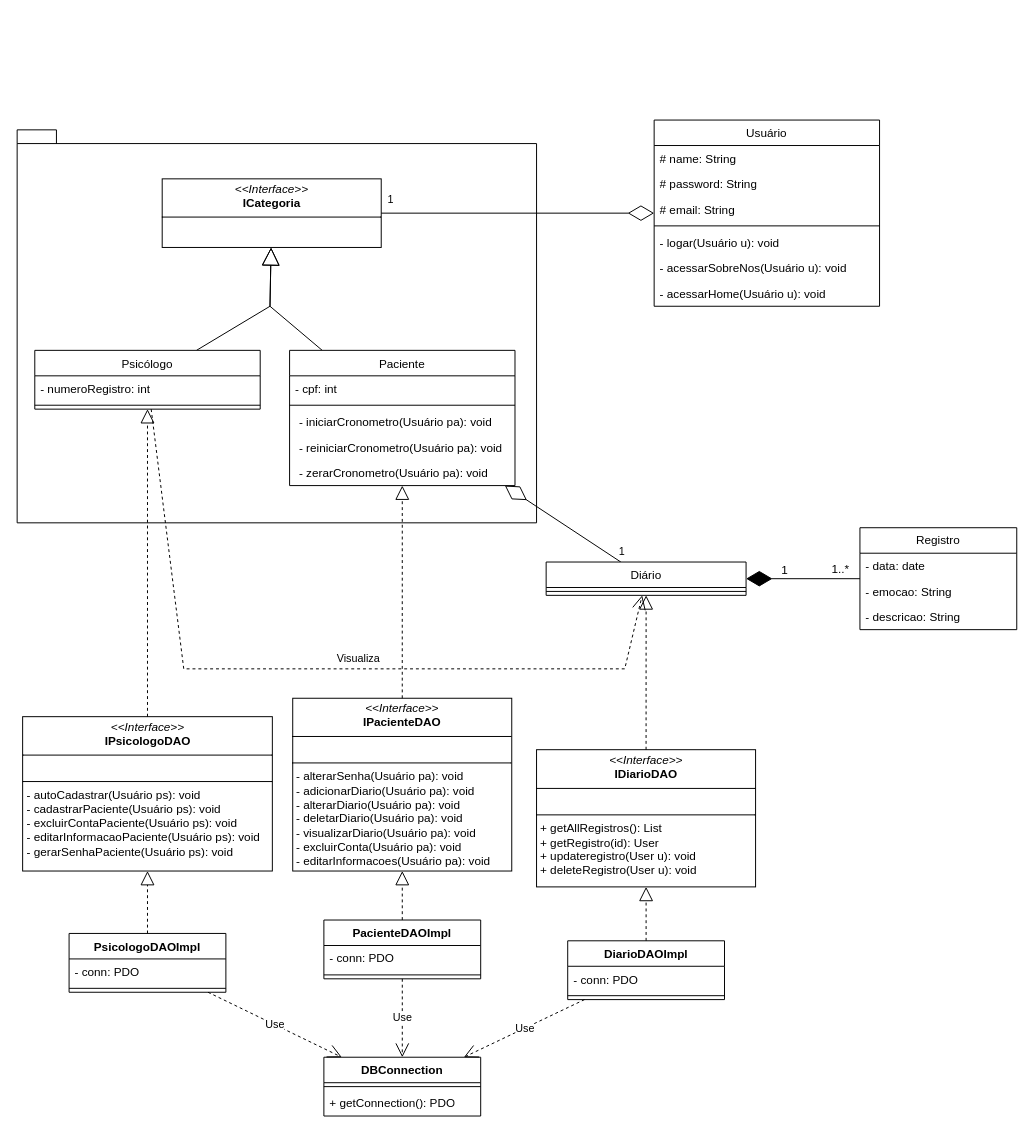
The draw.io diagram InterfaceMyPeace.drawio in RebecaVieiraM/Diagramas, before the edit. Source tidied: cells renumbered, new cells numbered last; positions are measured from the earlier drawing's top-left corner, leaving out a move shared by most shapes. Both pictures are drawn from the tidied source at 98%, with x=0, y=0 at pixel (17, 120).
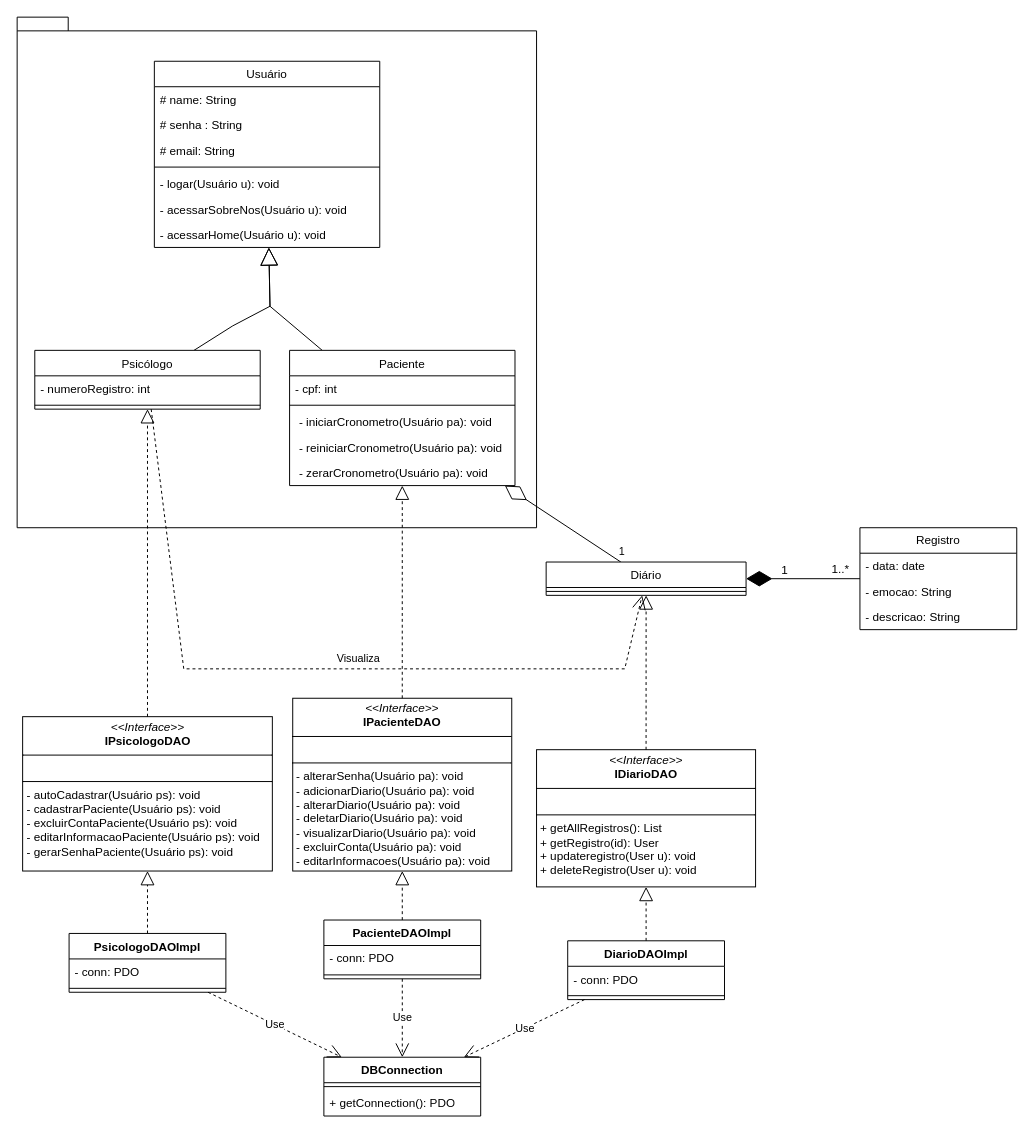
Above is the later version.

The change refers to these unchanged cells:
```xml
<mxCell id="22" value="&lt;span style=&quot;font-weight: 400;&quot;&gt;Psicólogo&lt;/span&gt;" style="swimlane;fontStyle=1;align=center;verticalAlign=top;horizontal=1;startSize=26;whiteSpace=wrap;html=1;" parent="1" vertex="1">
  <mxGeometry x="18" y="235" width="230" height="60" as="geometry" />
</mxCell>
<mxCell id="25" value="&lt;span style=&quot;font-weight: 400;&quot;&gt;Paciente&lt;/span&gt;" style="swimlane;fontStyle=1;align=center;verticalAlign=top;horizontal=1;startSize=26;whiteSpace=wrap;html=1;" parent="1" vertex="1">
  <mxGeometry x="278" y="235" width="230" height="138" as="geometry" />
</mxCell>
```

Diff of the diagram source:
```diff
@@
     <mxCell id="2" style="shape=folder;fontStyle=1;spacingTop=10;tabWidth=40;tabHeight=14;tabPosition=left;html=1;whiteSpace=wrap;" parent="1" vertex="1">
-      <mxGeometry y="10" width="530" height="401" as="geometry" />
+      <mxGeometry y="-105" width="530" height="521" as="geometry" />
     </mxCell>
-    <mxCell id="3" style="endArrow=block;endSize=16;endFill=0;html=1;rounded=0;" parent="1" edge="1" source="22" target="57">
+    <mxCell id="3" style="endArrow=block;endSize=16;endFill=0;html=1;rounded=0;" parent="1" edge="1" source="22" target="11">
       <mxGeometry relative="1" as="geometry">
         <Array as="points">
+          <mxPoint x="220" y="210" />
           <mxPoint x="258" y="190" />
         </Array>
       </mxGeometry>
     </mxCell>
-    <mxCell id="4" style="endArrow=block;endSize=16;endFill=0;html=1;rounded=0;" parent="1" edge="1" source="25" target="57">
+    <mxCell id="4" style="endArrow=block;endSize=16;endFill=0;html=1;rounded=0;" parent="1" edge="1" source="25" target="11">
       <mxGeometry relative="1" as="geometry">
         <Array as="points">
           <mxPoint x="258" y="190" />
         </Array>
       </mxGeometry>
     </mxCell>
@@
     <mxCell id="11" value="&lt;span style=&quot;font-weight: 400;&quot;&gt;Usuário&lt;/span&gt;" style="swimlane;fontStyle=1;align=center;verticalAlign=top;horizontal=1;startSize=26;whiteSpace=wrap;html=1;" parent="1" vertex="1">
-      <mxGeometry x="650" width="230" height="190" as="geometry" />
+      <mxGeometry x="140" y="-60" width="230" height="190" as="geometry" />
     </mxCell>
@@
-    <mxCell id="13" value="# password&lt;span style=&quot;background-color: initial;&quot;&gt;: String&lt;/span&gt;" style="text;strokeColor=none;fillColor=none;align=left;verticalAlign=top;spacingLeft=4;spacingRight=4;overflow=hidden;whiteSpace=wrap;html=1;" parent="11" vertex="1">
+    <mxCell id="13" value="# senha &lt;span style=&quot;background-color: initial;&quot;&gt;: String&lt;/span&gt;" style="text;strokeColor=none;fillColor=none;align=left;verticalAlign=top;spacingLeft=4;spacingRight=4;overflow=hidden;whiteSpace=wrap;html=1;" parent="11" vertex="1">
       <mxGeometry y="52" width="230" height="26" as="geometry" />
     </mxCell>
@@
-    <mxCell id="57" value="&lt;p style=&quot;margin:0px;margin-top:4px;text-align:center;&quot;&gt;&lt;i&gt;&amp;lt;&amp;lt;Interface&amp;gt;&amp;gt;&lt;/i&gt;&lt;br&gt;&lt;b&gt;ICategoria&lt;/b&gt;&lt;/p&gt;&lt;hr size=&quot;1&quot; style=&quot;border-style:solid;&quot;&gt;&lt;p style=&quot;margin:0px;margin-left:4px;&quot;&gt;&lt;br&gt;&lt;/p&gt;" style="verticalAlign=top;align=left;overflow=fill;html=1;whiteSpace=wrap;" parent="1" vertex="1">
-      <mxGeometry x="148" y="60" width="223.5" height="70" as="geometry" />
-    </mxCell>
-    <mxCell id="58" style="endArrow=diamondThin;endFill=0;endSize=24;html=1;rounded=0;" parent="1" edge="1" source="57" target="11">
-      <mxGeometry relative="1" as="geometry" />
-    </mxCell>
-    <mxCell id="59" value="1" style="edgeLabel;html=1;align=center;verticalAlign=middle;" parent="1" vertex="1">
-      <mxGeometry x="340" y="80" as="geometry">
-        <mxPoint x="40" as="offset" />
-      </mxGeometry>
-    </mxCell>
```
